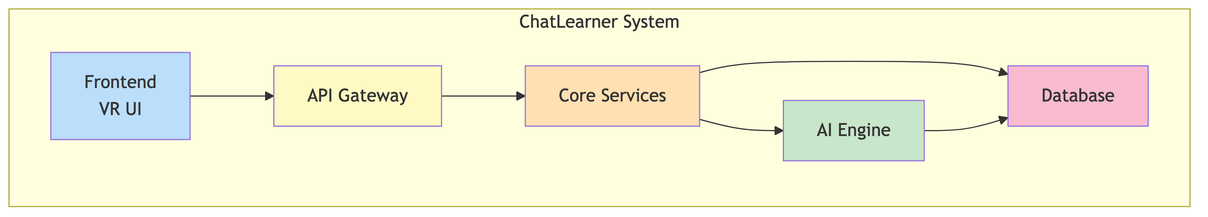
AzamkhonKh/ai_sla_vr keeps this Mermaid diagram as figures/02_structure/level_1/sysml-bdd-01-components.png. Above is the earlier version. Its source is kept beside it as figures/02_structure/level_1/sysml-bdd-01-components.mmd.
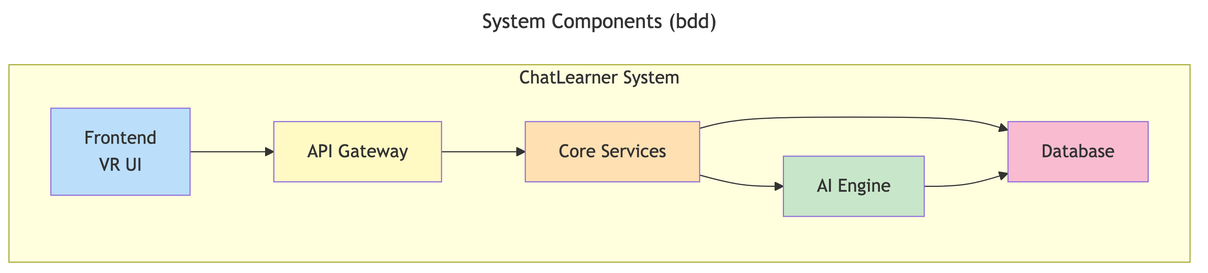
The same file after the commit.

Change to the diagram source:
```diff
@@ -1,3 +1,6 @@
+---
+title: System Components (bdd)
+---
 graph TB
     subgraph System["ChatLearner System"]
         Frontend["Frontend<br/>VR UI"]
```
